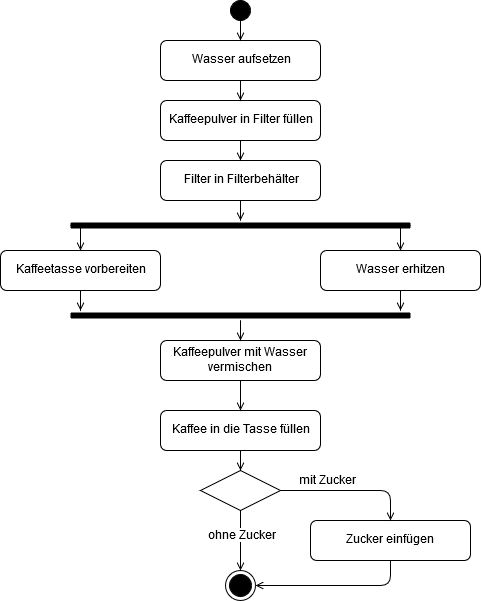
This is images/Aktivitaetsdiagramm1a.png from DamienFlury/uml-documentation, a draw.io export, as it was before one commit. Source tidied: cells renumbered, new cells last; positions are measured from the earlier drawing's top-left corner, leaving out a move shared by most shapes. Source of this version:
```xml
<mxGraphModel>
  <root>
    <mxCell id="0" />
    <mxCell id="1" parent="0" />
    <mxCell id="2" style="edgeStyle=orthogonalEdgeStyle;rounded=0;jettySize=auto;html=1;endArrow=open;endFill=0;" parent="1" edge="1" source="3" target="5">
      <mxGeometry relative="1" as="geometry" />
    </mxCell>
    <mxCell id="3" style="ellipse;whiteSpace=wrap;html=1;fillColor=#000000;" parent="1" vertex="1">
      <mxGeometry x="230" width="20" height="20" as="geometry" />
    </mxCell>
    <mxCell id="4" style="edgeStyle=orthogonalEdgeStyle;rounded=0;jettySize=auto;html=1;endArrow=open;endFill=0;" parent="1" edge="1" source="5" target="7">
      <mxGeometry relative="1" as="geometry" />
    </mxCell>
    <mxCell id="5" value="Wasser aufsetzen" style="rounded=1;whiteSpace=wrap;html=1;fillColor=none;" parent="1" vertex="1">
      <mxGeometry x="160" y="40" width="160" height="40" as="geometry" />
    </mxCell>
    <mxCell id="6" style="edgeStyle=orthogonalEdgeStyle;rounded=0;jettySize=auto;html=1;endArrow=open;endFill=0;" parent="1" edge="1" source="7" target="9">
      <mxGeometry relative="1" as="geometry" />
    </mxCell>
    <mxCell id="7" value="Kaffeepulver in Filter füllen" style="rounded=1;whiteSpace=wrap;html=1;fillColor=none;" parent="1" vertex="1">
      <mxGeometry x="160" y="100" width="160" height="40" as="geometry" />
    </mxCell>
    <mxCell id="8" style="edgeStyle=orthogonalEdgeStyle;rounded=0;jettySize=auto;html=1;endArrow=open;endFill=0;" parent="1" edge="1" source="9" target="12">
      <mxGeometry relative="1" as="geometry" />
    </mxCell>
    <mxCell id="9" value="Filter in Filterbehälter" style="rounded=1;whiteSpace=wrap;html=1;fillColor=none;" parent="1" vertex="1">
      <mxGeometry x="160" y="160" width="160" height="40" as="geometry" />
    </mxCell>
    <mxCell id="10" style="edgeStyle=orthogonalEdgeStyle;rounded=0;jettySize=auto;html=1;endArrow=open;endFill=0;exitX=0;exitY=0.5;exitDx=0;exitDy=0;exitPerimeter=0;entryX=0.5;entryY=0;entryDx=0;entryDy=0;" parent="1" edge="1" source="12" target="14">
      <mxGeometry relative="1" as="geometry" />
    </mxCell>
    <mxCell id="11" style="edgeStyle=orthogonalEdgeStyle;rounded=0;jettySize=auto;html=1;endArrow=open;endFill=0;exitX=1;exitY=0.5;exitDx=0;exitDy=0;exitPerimeter=0;entryX=0.5;entryY=0;entryDx=0;entryDy=0;" parent="1" edge="1" source="12" target="16">
      <mxGeometry relative="1" as="geometry" />
    </mxCell>
    <mxCell id="12" style="shape=line;html=1;strokeWidth=6;strokeColor=#000000;" parent="1" vertex="1">
      <mxGeometry x="70" y="220" width="340" height="10" as="geometry" />
    </mxCell>
    <mxCell id="13" style="edgeStyle=orthogonalEdgeStyle;rounded=0;jettySize=auto;html=1;entryX=0.029;entryY=0;entryDx=0;entryDy=0;entryPerimeter=0;endArrow=open;endFill=0;" parent="1" edge="1" source="14" target="18">
      <mxGeometry relative="1" as="geometry" />
    </mxCell>
    <mxCell id="14" value="Kaffeetasse vorbereiten" style="rounded=1;whiteSpace=wrap;html=1;fillColor=none;" parent="1" vertex="1">
      <mxGeometry y="250" width="160" height="40" as="geometry" />
    </mxCell>
    <mxCell id="15" style="edgeStyle=orthogonalEdgeStyle;rounded=0;jettySize=auto;html=1;endArrow=open;endFill=0;" parent="1" edge="1" source="16">
      <mxGeometry relative="1" as="geometry">
        <mxPoint x="400" y="310" as="targetPoint" />
      </mxGeometry>
    </mxCell>
    <mxCell id="16" value="Wasser erhitzen&lt;br&gt;" style="rounded=1;whiteSpace=wrap;html=1;fillColor=none;" parent="1" vertex="1">
      <mxGeometry x="320" y="250" width="160" height="40" as="geometry" />
    </mxCell>
    <mxCell id="17" style="edgeStyle=orthogonalEdgeStyle;rounded=0;jettySize=auto;html=1;endArrow=open;endFill=0;" parent="1" edge="1" source="18" target="20">
      <mxGeometry relative="1" as="geometry" />
    </mxCell>
    <mxCell id="18" style="shape=line;html=1;strokeWidth=6;strokeColor=#000000;" parent="1" vertex="1">
      <mxGeometry x="70" y="310" width="340" height="10" as="geometry" />
    </mxCell>
    <mxCell id="19" style="edgeStyle=orthogonalEdgeStyle;rounded=0;jettySize=auto;html=1;endArrow=open;endFill=0;" parent="1" edge="1" source="20" target="22">
      <mxGeometry relative="1" as="geometry" />
    </mxCell>
    <mxCell id="20" value="Kaffeepulver mit Wasser vermischen" style="rounded=1;whiteSpace=wrap;html=1;fillColor=none;" parent="1" vertex="1">
      <mxGeometry x="160" y="340" width="160" height="40" as="geometry" />
    </mxCell>
    <mxCell id="21" style="edgeStyle=orthogonalEdgeStyle;rounded=0;jettySize=auto;html=1;endArrow=open;endFill=0;" parent="1" edge="1" source="22" target="28">
      <mxGeometry relative="1" as="geometry" />
    </mxCell>
    <mxCell id="22" value="Kaffee in die Tasse füllen" style="rounded=1;whiteSpace=wrap;html=1;fillColor=none;" parent="1" vertex="1">
      <mxGeometry x="160" y="410" width="160" height="40" as="geometry" />
    </mxCell>
    <mxCell id="23" style="ellipse;html=1;shape=endState;fillColor=#000000;strokeColor=#000000;perimeterSpacing=0;" parent="1" vertex="1">
      <mxGeometry x="225" y="570" width="30" height="30" as="geometry" />
    </mxCell>
    <mxCell id="24" style="edgeStyle=orthogonalEdgeStyle;jettySize=auto;html=1;endArrow=open;endFill=0;rounded=1;" parent="1" edge="1" source="28" target="30">
      <mxGeometry relative="1" as="geometry" />
    </mxCell>
    <mxCell id="25" value="mit Zucker" style="text;html=1;align=center;verticalAlign=middle;labelBackgroundColor=#ffffff;" parent="24" vertex="1">
      <mxGeometry x="-0.48" y="-1" relative="1" as="geometry">
        <mxPoint x="11" y="-11" as="offset" />
      </mxGeometry>
    </mxCell>
    <mxCell id="26" style="edgeStyle=orthogonalEdgeStyle;rounded=1;jettySize=auto;html=1;endArrow=open;endFill=0;entryX=0.5;entryY=0;entryDx=0;entryDy=0;" parent="1" edge="1" source="28" target="23">
      <mxGeometry relative="1" as="geometry" />
    </mxCell>
    <mxCell id="27" value="ohne Zucker" style="text;html=1;align=center;verticalAlign=middle;labelBackgroundColor=#ffffff;" parent="26" vertex="1">
      <mxGeometry x="-0.17" y="1" relative="1" as="geometry" />
    </mxCell>
    <mxCell id="28" style="rhombus;whiteSpace=wrap;html=1;fillColor=none;strokeColor=#000000;" parent="1" vertex="1">
      <mxGeometry x="200" y="470" width="80" height="40" as="geometry" />
    </mxCell>
    <mxCell id="29" style="edgeStyle=orthogonalEdgeStyle;rounded=1;jettySize=auto;html=1;endArrow=open;endFill=0;entryX=1;entryY=0.5;entryDx=0;entryDy=0;" parent="1" edge="1" source="30" target="23">
      <mxGeometry relative="1" as="geometry">
        <Array as="points">
          <mxPoint x="390" y="585" />
        </Array>
      </mxGeometry>
    </mxCell>
    <mxCell id="30" value="Zucker einfügen&lt;br&gt;" style="rounded=1;whiteSpace=wrap;html=1;fillColor=none;" parent="1" vertex="1">
      <mxGeometry x="310" y="520" width="160" height="40" as="geometry" />
    </mxCell>
  </root>
</mxGraphModel>
```
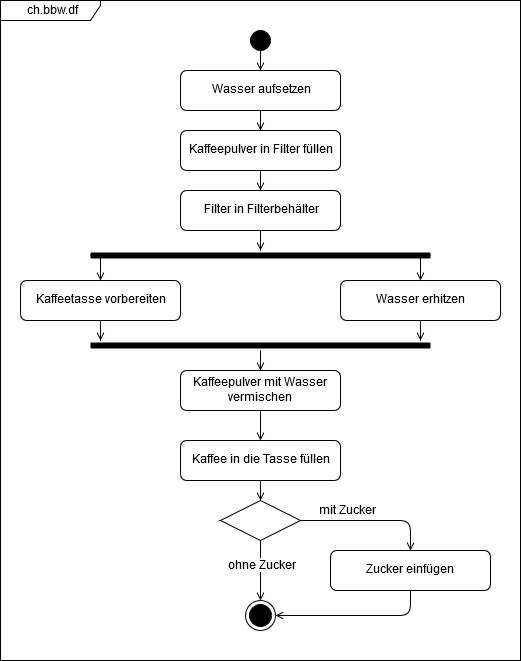
After the change.

Diff of the diagram source:
```diff
@@ -97,5 +97,8 @@
     <mxCell id="30" value="Zucker einfügen&lt;br&gt;" style="rounded=1;whiteSpace=wrap;html=1;fillColor=none;" parent="1" vertex="1">
       <mxGeometry x="310" y="520" width="160" height="40" as="geometry" />
     </mxCell>
+    <mxCell id="31" value="ch.bbw.df" style="shape=umlFrame;whiteSpace=wrap;html=1;width=100;height=20;" parent="1" vertex="1">
+      <mxGeometry x="-20" y="-30" width="520" height="660" as="geometry" />
+    </mxCell>
   </root>
 </mxGraphModel>
```
